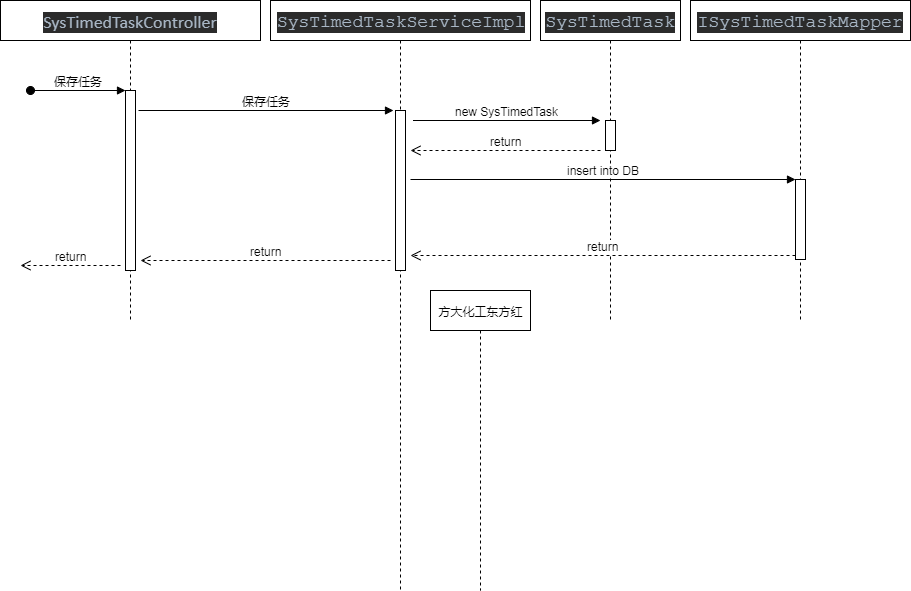
Earlier version of the draw.io export quartz.png (xiaolixi/xiaolixi.github.io). Source tidied: cells renumbered, new cells last; positions are measured from the earlier drawing's top-left corner, leaving out a move shared by most shapes.
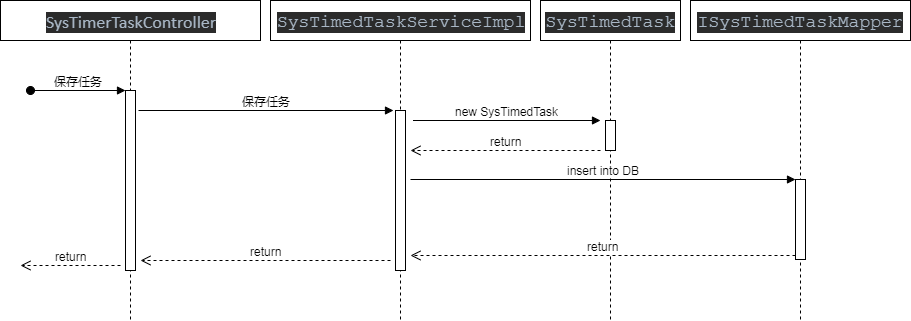
After the commit.

What changed in the source:
```diff
@@ -2,7 +2,7 @@
   <root>
     <mxCell id="0" />
     <mxCell id="1" parent="0" />
-    <mxCell id="2" value="&lt;pre style=&quot;background-color: rgb(43 , 43 , 43) ; color: rgb(169 , 183 , 198) ; font-family: &amp;#34;courier new&amp;#34;&quot;&gt;&lt;pre style=&quot;font-family: &amp;#34;courier new&amp;#34;&quot;&gt;&lt;p style=&quot;margin: 0in ; font-family: &amp;#34;calibri&amp;#34;&quot;&gt;&lt;font style=&quot;font-size: 18px&quot;&gt;SysTimedTaskController&lt;/font&gt;&lt;/p&gt;&lt;/pre&gt;&lt;/pre&gt;" style="shape=umlLifeline;perimeter=lifelinePerimeter;whiteSpace=wrap;html=1;" parent="1" vertex="1">
+    <mxCell id="2" value="&lt;pre style=&quot;background-color: rgb(43 , 43 , 43) ; color: rgb(169 , 183 , 198) ; font-family: &amp;#34;courier new&amp;#34;&quot;&gt;&lt;pre style=&quot;font-family: &amp;#34;courier new&amp;#34;&quot;&gt;&lt;p style=&quot;margin: 0in ; font-family: &amp;#34;calibri&amp;#34;&quot;&gt;&lt;font style=&quot;font-size: 18px&quot;&gt;SysTimerTaskController&lt;/font&gt;&lt;/p&gt;&lt;/pre&gt;&lt;/pre&gt;" style="shape=umlLifeline;perimeter=lifelinePerimeter;whiteSpace=wrap;html=1;" parent="1" vertex="1">
       <mxGeometry width="260" height="320" as="geometry" />
     </mxCell>
     <mxCell id="3" style="html=1;points=[];perimeter=orthogonalPerimeter;" parent="2" vertex="1">
@@ -20,7 +20,7 @@
       </mxGeometry>
     </mxCell>
     <mxCell id="6" value="&lt;pre style=&quot;background-color: rgb(43 , 43 , 43)&quot;&gt;&lt;pre&gt;&lt;font color=&quot;#a9b7c6&quot; face=&quot;courier new&quot;&gt;&lt;span style=&quot;font-size: 18px&quot;&gt;SysTimedTaskServiceImpl&lt;/span&gt;&lt;span style=&quot;font-size: 13.5pt&quot;&gt;&lt;br&gt;&lt;/span&gt;&lt;/font&gt;&lt;/pre&gt;&lt;/pre&gt;" style="shape=umlLifeline;perimeter=lifelinePerimeter;whiteSpace=wrap;html=1;" parent="1" vertex="1">
-      <mxGeometry x="270" width="260" height="590" as="geometry" />
+      <mxGeometry x="270" width="260" height="320" as="geometry" />
     </mxCell>
     <mxCell id="7" style="html=1;perimeter=orthogonalPerimeter;" parent="6" vertex="1">
       <mxGeometry x="125" y="110" width="10" height="160" as="geometry" />
@@ -37,9 +37,6 @@
         <mxPoint x="-130" y="260" as="targetPoint" />
       </mxGeometry>
     </mxCell>
-    <mxCell id="10" value="方大化工东方红" style="shape=umlLifeline;perimeter=lifelinePerimeter;whiteSpace=wrap;html=1;" parent="6" vertex="1">
-      <mxGeometry x="160" y="290" width="100" height="300" as="geometry" />
-    </mxCell>
     <mxCell id="11" value="保存任务" style="html=1;verticalAlign=bottom;endArrow=block;entryX=0;entryY=0;entryDx=0;entryDy=0;entryPerimeter=0;" parent="1" edge="1">
       <mxGeometry relative="1" as="geometry">
         <mxPoint x="138" y="110" as="sourcePoint" />
```
